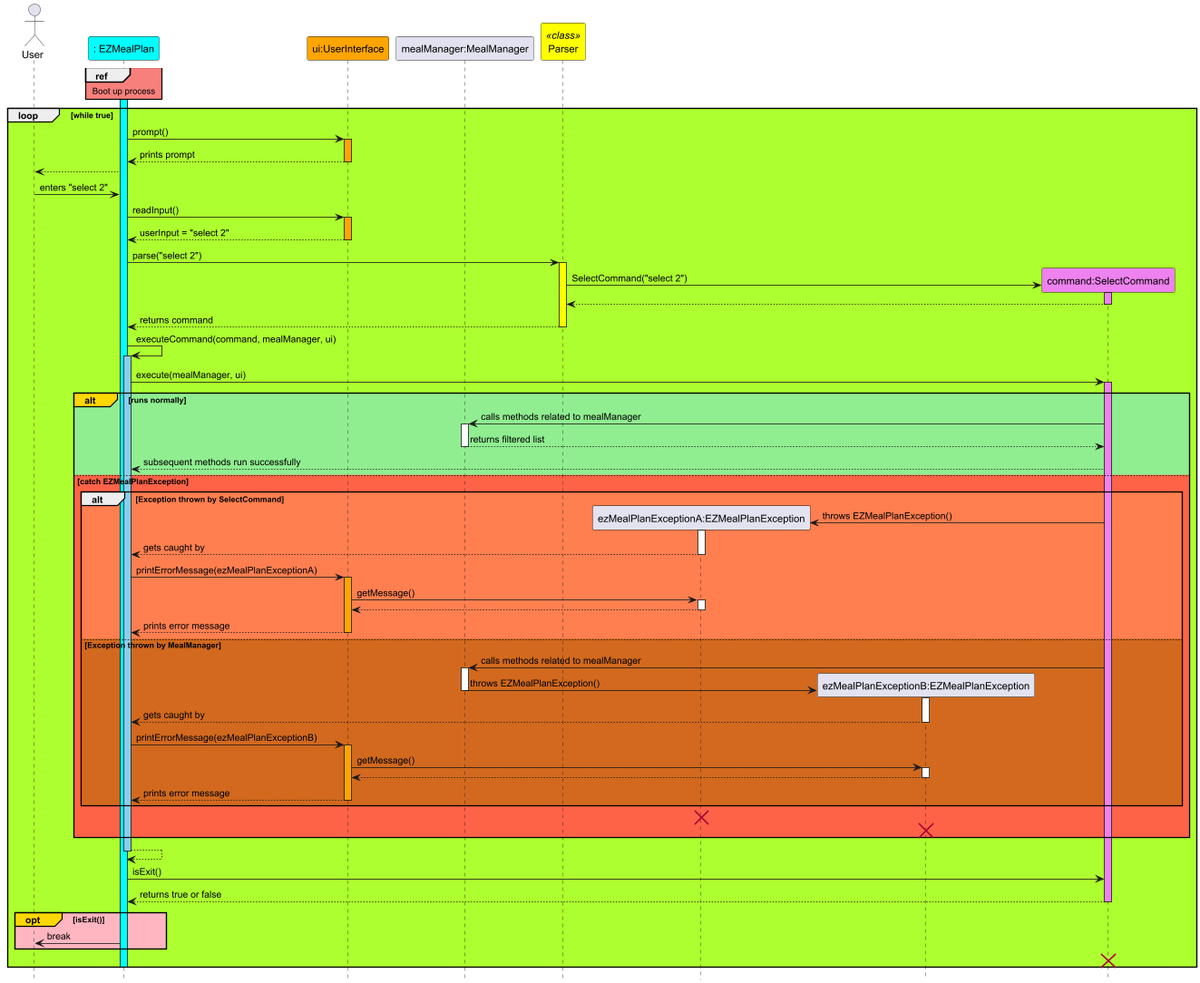
Above: docs/diagrams/RunCommandSequenceDiagram.png in wentuoc/tp (PlantUML), before the change.
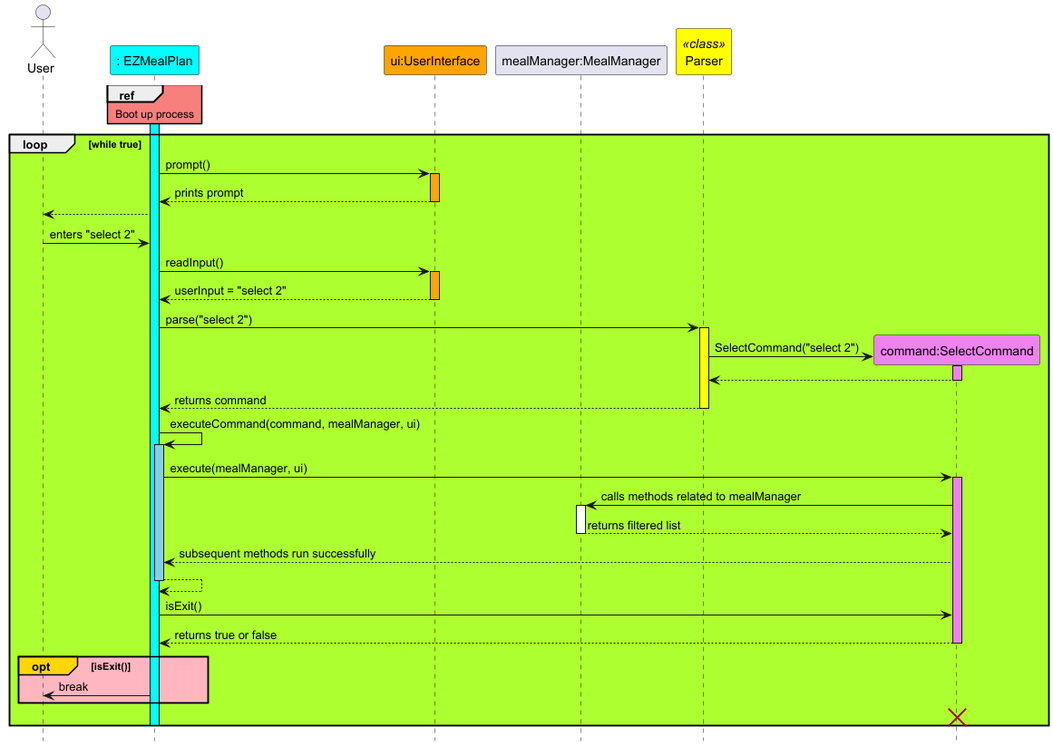
The same diagram one commit later.

Commit message:
Update the respective sequence diagrams

Diff of the diagram source:
```diff
@@ -7,8 +7,6 @@
 participant "ui:UserInterface" as UserInterface #Orange
 participant "mealManager:MealManager" as MealManager
 participant "Parser" as Parser <<class>> #Yellow
-participant "ezMealPlanExceptionA:EZMealPlanException" as EZMealPlanExceptionA
-participant "ezMealPlanExceptionB:EZMealPlanException" as EZMealPlanExceptionB
 participant "command:SelectCommand" as SelectCommand #Violet
 
 
@@ -39,49 +37,13 @@
 EZMealPlan -> EZMealPlan : executeCommand(command, mealManager, ui)
 activate EZMealPlan #SkyBlue
 EZMealPlan -> SelectCommand : execute(mealManager, ui)
-alt#Gold #LightGreen runs normally
+
 activate SelectCommand #Violet
 SelectCommand -> MealManager : calls methods related to mealManager
 activate MealManager
 MealManager --> SelectCommand : returns filtered list
 deactivate MealManager
 SelectCommand --> EZMealPlan : subsequent methods run successfully
-else #Tomato catch EZMealPlanException
-alt #coral Exception thrown by SelectCommand
-create EZMealPlanExceptionA
-SelectCommand -> EZMealPlanExceptionA : throws EZMealPlanException()
-activate EZMealPlanExceptionA
-EZMealPlanExceptionA --> EZMealPlan : gets caught by
-deactivate EZMealPlanExceptionA
-EZMealPlan -> UserInterface : printErrorMessage(ezMealPlanExceptionA)
-activate UserInterface #Orange
-UserInterface -> EZMealPlanExceptionA : getMessage()
-activate EZMealPlanExceptionA
-EZMealPlanExceptionA --> UserInterface
-deactivate EZMealPlanExceptionA
-UserInterface --> EZMealPlan : prints error message
-deactivate UserInterface
-else #chocolate Exception thrown by MealManager
-SelectCommand -> MealManager : calls methods related to mealManager
-activate MealManager
-create EZMealPlanExceptionB
-MealManager -> EZMealPlanExceptionB : throws EZMealPlanException()
-deactivate MealManager
-activate EZMealPlanExceptionB
-EZMealPlanExceptionB --> EZMealPlan : gets caught by
-deactivate EZMealPlanExceptionB
-EZMealPlan -> UserInterface : printErrorMessage(ezMealPlanExceptionB)
-activate UserInterface #Orange
-UserInterface -> EZMealPlanExceptionB : getMessage()
-activate EZMealPlanExceptionB
-EZMealPlanExceptionB --> UserInterface
-deactivate EZMealPlanExceptionB
-UserInterface --> EZMealPlan : prints error message
-deactivate UserInterface
-end alt
-destroy EZMealPlanExceptionA
-destroy EZMealPlanExceptionB
-end alt
 EZMealPlan --> EZMealPlan
 deactivate EZMealPlan
 EZMealPlan -> SelectCommand : isExit()
```
